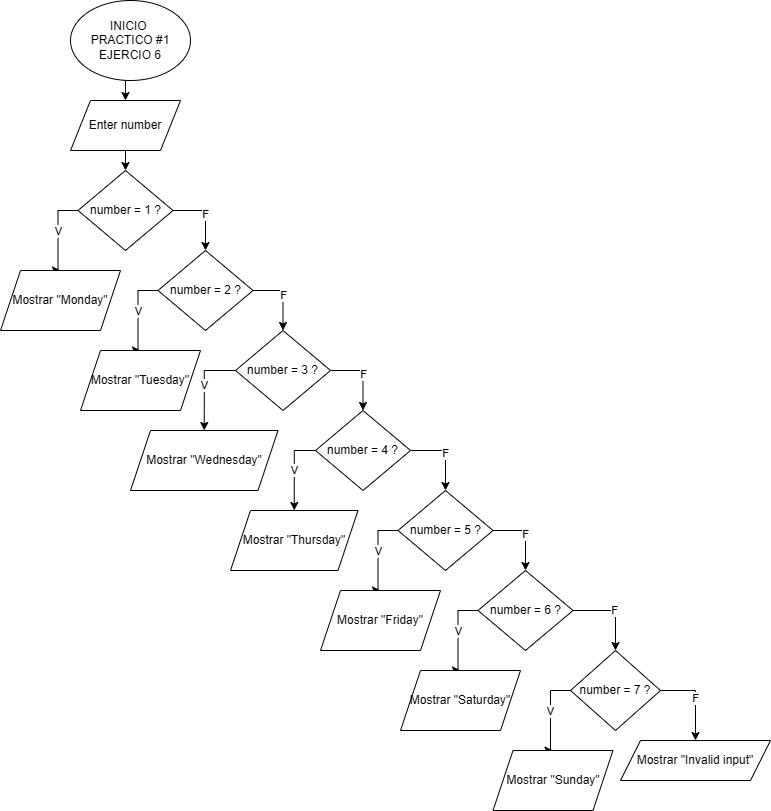
Above: Pract1 Eje6.drawio.png in D4ri4na/DiagramasDeFlujo (draw.io), before the change. Source tidied: cells renumbered, new cells last; positions are measured from the earlier drawing's top-left corner, leaving out a move shared by most shapes. Source of this version:
```xml
<mxGraphModel>
  <root>
    <mxCell id="0" />
    <mxCell id="1" parent="0" />
    <mxCell id="2" style="edgeStyle=orthogonalEdgeStyle;rounded=0;jettySize=auto;html=1;exitX=0.5;exitY=1;exitDx=0;exitDy=0;entryX=0.5;entryY=0;entryDx=0;entryDy=0;" parent="1" edge="1" source="3">
      <mxGeometry relative="1" as="geometry">
        <mxPoint x="125" y="100" as="targetPoint" />
      </mxGeometry>
    </mxCell>
    <mxCell id="3" value="INICIO&amp;nbsp;&lt;div&gt;PRACTICO #1&lt;br&gt;&lt;div&gt;EJERCIO 6&lt;/div&gt;&lt;/div&gt;" style="ellipse;whiteSpace=wrap;html=1;" parent="1" vertex="1">
      <mxGeometry x="70" width="120" height="80" as="geometry" />
    </mxCell>
    <mxCell id="4" style="edgeStyle=orthogonalEdgeStyle;rounded=0;orthogonalLoop=1;jettySize=auto;html=1;exitX=0.5;exitY=1;exitDx=0;exitDy=0;entryX=0.5;entryY=0;entryDx=0;entryDy=0;" parent="1" edge="1">
      <mxGeometry relative="1" as="geometry">
        <mxPoint x="125" y="140" as="sourcePoint" />
        <mxPoint x="125" y="170" as="targetPoint" />
      </mxGeometry>
    </mxCell>
    <mxCell id="5" value="Enter number" style="shape=parallelogram;perimeter=parallelogramPerimeter;whiteSpace=wrap;html=1;fixedSize=1;" parent="1" vertex="1">
      <mxGeometry x="70" y="100" width="110" height="50" as="geometry" />
    </mxCell>
    <mxCell id="6" value="V" style="edgeStyle=orthogonalEdgeStyle;rounded=0;jettySize=auto;html=1;exitX=0;exitY=0.5;exitDx=0;exitDy=0;entryX=0.5;entryY=0;entryDx=0;entryDy=0;" parent="1" edge="1" source="8" target="9">
      <mxGeometry relative="1" as="geometry" />
    </mxCell>
    <mxCell id="7" value="F" style="edgeStyle=orthogonalEdgeStyle;rounded=0;jettySize=auto;html=1;exitX=1;exitY=0.5;exitDx=0;exitDy=0;entryX=0.5;entryY=0;entryDx=0;entryDy=0;" parent="1" edge="1" source="8" target="12">
      <mxGeometry relative="1" as="geometry" />
    </mxCell>
    <mxCell id="8" value="number = 1 ?" style="rhombus;whiteSpace=wrap;html=1;" parent="1" vertex="1">
      <mxGeometry x="77.5" y="170" width="95" height="80" as="geometry" />
    </mxCell>
    <mxCell id="9" value="Mostrar &quot;Monday&quot;" style="shape=parallelogram;perimeter=parallelogramPerimeter;whiteSpace=wrap;html=1;fixedSize=1;" parent="1" vertex="1">
      <mxGeometry y="270" width="120" height="60" as="geometry" />
    </mxCell>
    <mxCell id="10" value="V" style="edgeStyle=orthogonalEdgeStyle;rounded=0;jettySize=auto;html=1;exitX=0;exitY=0.5;exitDx=0;exitDy=0;entryX=0.5;entryY=0;entryDx=0;entryDy=0;" parent="1" edge="1" source="12" target="13">
      <mxGeometry relative="1" as="geometry" />
    </mxCell>
    <mxCell id="11" value="F" style="edgeStyle=orthogonalEdgeStyle;rounded=0;jettySize=auto;html=1;exitX=1;exitY=0.5;exitDx=0;exitDy=0;entryX=0.5;entryY=0;entryDx=0;entryDy=0;" parent="1" edge="1" source="12" target="16">
      <mxGeometry relative="1" as="geometry" />
    </mxCell>
    <mxCell id="12" value="number = 2 ?" style="rhombus;whiteSpace=wrap;html=1;" parent="1" vertex="1">
      <mxGeometry x="157.5" y="250" width="95" height="80" as="geometry" />
    </mxCell>
    <mxCell id="13" value="Mostrar &quot;Tuesday&quot;" style="shape=parallelogram;perimeter=parallelogramPerimeter;whiteSpace=wrap;html=1;fixedSize=1;" parent="1" vertex="1">
      <mxGeometry x="80" y="350" width="120" height="60" as="geometry" />
    </mxCell>
    <mxCell id="14" value="V" style="edgeStyle=orthogonalEdgeStyle;rounded=0;jettySize=auto;html=1;exitX=0;exitY=0.5;exitDx=0;exitDy=0;entryX=0.5;entryY=0;entryDx=0;entryDy=0;" parent="1" edge="1" source="16" target="17">
      <mxGeometry relative="1" as="geometry" />
    </mxCell>
    <mxCell id="15" value="F" style="edgeStyle=orthogonalEdgeStyle;rounded=0;jettySize=auto;html=1;exitX=1;exitY=0.5;exitDx=0;exitDy=0;entryX=0.5;entryY=0;entryDx=0;entryDy=0;" parent="1" edge="1" source="16" target="20">
      <mxGeometry relative="1" as="geometry" />
    </mxCell>
    <mxCell id="16" value="number = 3 ?" style="rhombus;whiteSpace=wrap;html=1;" parent="1" vertex="1">
      <mxGeometry x="235" y="330" width="95" height="80" as="geometry" />
    </mxCell>
    <mxCell id="17" value="Mostrar &quot;Wednesday&quot;" style="shape=parallelogram;perimeter=parallelogramPerimeter;whiteSpace=wrap;html=1;fixedSize=1;" parent="1" vertex="1">
      <mxGeometry x="130" y="430" width="147.5" height="60" as="geometry" />
    </mxCell>
    <mxCell id="18" value="V" style="edgeStyle=orthogonalEdgeStyle;rounded=0;jettySize=auto;html=1;exitX=0;exitY=0.5;exitDx=0;exitDy=0;entryX=0.5;entryY=0;entryDx=0;entryDy=0;" parent="1" edge="1" source="20" target="21">
      <mxGeometry relative="1" as="geometry" />
    </mxCell>
    <mxCell id="19" value="F" style="edgeStyle=orthogonalEdgeStyle;rounded=0;jettySize=auto;html=1;exitX=1;exitY=0.5;exitDx=0;exitDy=0;entryX=0.5;entryY=0;entryDx=0;entryDy=0;" parent="1" edge="1" source="20" target="24">
      <mxGeometry relative="1" as="geometry" />
    </mxCell>
    <mxCell id="20" value="number = 4 ?" style="rhombus;whiteSpace=wrap;html=1;" parent="1" vertex="1">
      <mxGeometry x="315" y="410" width="95" height="80" as="geometry" />
    </mxCell>
    <mxCell id="21" value="Mostrar &quot;Thursday&quot;" style="shape=parallelogram;perimeter=parallelogramPerimeter;whiteSpace=wrap;html=1;fixedSize=1;" parent="1" vertex="1">
      <mxGeometry x="230" y="510" width="127.5" height="60" as="geometry" />
    </mxCell>
    <mxCell id="22" value="V" style="edgeStyle=orthogonalEdgeStyle;rounded=0;jettySize=auto;html=1;exitX=0;exitY=0.5;exitDx=0;exitDy=0;entryX=0.5;entryY=0;entryDx=0;entryDy=0;" parent="1" edge="1" source="24" target="25">
      <mxGeometry relative="1" as="geometry" />
    </mxCell>
    <mxCell id="23" value="F" style="edgeStyle=orthogonalEdgeStyle;rounded=0;jettySize=auto;html=1;exitX=1;exitY=0.5;exitDx=0;exitDy=0;entryX=0.5;entryY=0;entryDx=0;entryDy=0;" parent="1" edge="1" source="24" target="28">
      <mxGeometry relative="1" as="geometry" />
    </mxCell>
    <mxCell id="24" value="number = 5 ?" style="rhombus;whiteSpace=wrap;html=1;" parent="1" vertex="1">
      <mxGeometry x="397.5" y="490" width="95" height="80" as="geometry" />
    </mxCell>
    <mxCell id="25" value="Mostrar &quot;Friday&quot;" style="shape=parallelogram;perimeter=parallelogramPerimeter;whiteSpace=wrap;html=1;fixedSize=1;" parent="1" vertex="1">
      <mxGeometry x="320" y="590" width="120" height="60" as="geometry" />
    </mxCell>
    <mxCell id="26" value="V" style="edgeStyle=orthogonalEdgeStyle;rounded=0;jettySize=auto;html=1;exitX=0;exitY=0.5;exitDx=0;exitDy=0;entryX=0.5;entryY=0;entryDx=0;entryDy=0;" parent="1" edge="1" source="28" target="29">
      <mxGeometry relative="1" as="geometry" />
    </mxCell>
    <mxCell id="27" value="F" style="edgeStyle=orthogonalEdgeStyle;rounded=0;jettySize=auto;html=1;exitX=1;exitY=0.5;exitDx=0;exitDy=0;" parent="1" edge="1" source="28" target="32">
      <mxGeometry relative="1" as="geometry" />
    </mxCell>
    <mxCell id="28" value="number = 6 ?" style="rhombus;whiteSpace=wrap;html=1;" parent="1" vertex="1">
      <mxGeometry x="477.5" y="570" width="95" height="80" as="geometry" />
    </mxCell>
    <mxCell id="29" value="Mostrar &quot;Saturday&quot;" style="shape=parallelogram;perimeter=parallelogramPerimeter;whiteSpace=wrap;html=1;fixedSize=1;" parent="1" vertex="1">
      <mxGeometry x="400" y="670" width="120" height="60" as="geometry" />
    </mxCell>
    <mxCell id="30" value="V" style="edgeStyle=orthogonalEdgeStyle;rounded=0;jettySize=auto;html=1;exitX=0;exitY=0.5;exitDx=0;exitDy=0;entryX=0.5;entryY=0;entryDx=0;entryDy=0;" parent="1" edge="1" source="32" target="33">
      <mxGeometry relative="1" as="geometry" />
    </mxCell>
    <mxCell id="31" value="F" style="edgeStyle=orthogonalEdgeStyle;rounded=0;jettySize=auto;html=1;exitX=1;exitY=0.5;exitDx=0;exitDy=0;entryX=0.5;entryY=0;entryDx=0;entryDy=0;" parent="1" edge="1" source="32" target="34">
      <mxGeometry relative="1" as="geometry" />
    </mxCell>
    <mxCell id="32" value="number = 7 ?" style="rhombus;whiteSpace=wrap;html=1;" parent="1" vertex="1">
      <mxGeometry x="570" y="650" width="90" height="80" as="geometry" />
    </mxCell>
    <mxCell id="33" value="Mostrar &quot;Sunday&quot;" style="shape=parallelogram;perimeter=parallelogramPerimeter;whiteSpace=wrap;html=1;fixedSize=1;" parent="1" vertex="1">
      <mxGeometry x="492.5" y="750" width="120" height="60" as="geometry" />
    </mxCell>
    <mxCell id="34" value="Mostrar &quot;Invalid input&quot;" style="shape=parallelogram;perimeter=parallelogramPerimeter;whiteSpace=wrap;html=1;fixedSize=1;" parent="1" vertex="1">
      <mxGeometry x="620" y="740" width="150" height="40" as="geometry" />
    </mxCell>
  </root>
</mxGraphModel>
```
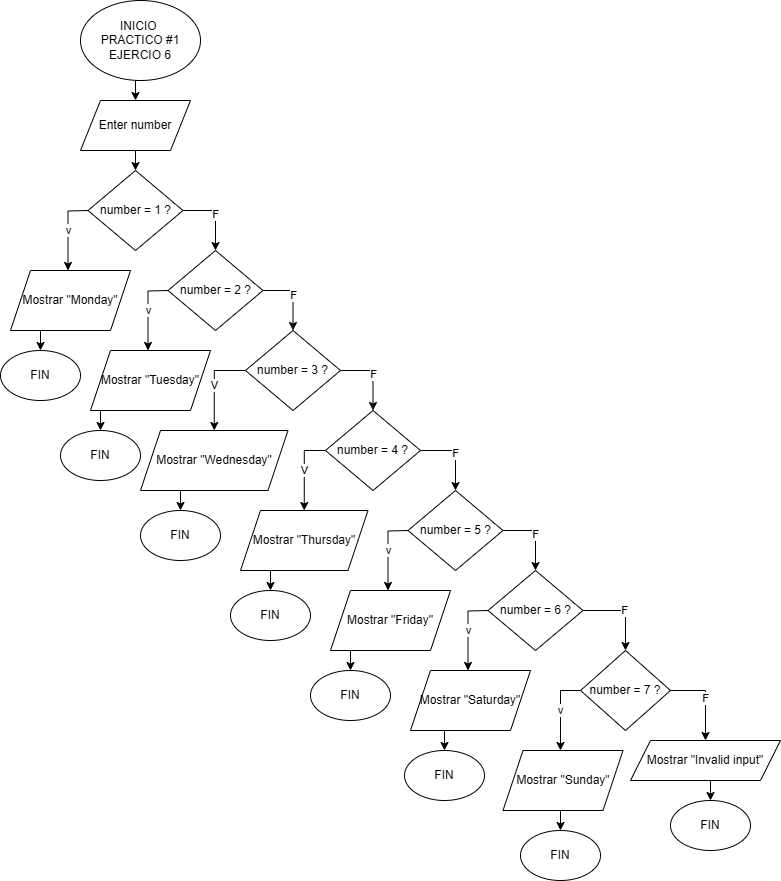
After the commit.

The edit, as a diff of the source:
```diff
@@ -19,21 +19,18 @@
     <mxCell id="5" value="Enter number" style="shape=parallelogram;perimeter=parallelogramPerimeter;whiteSpace=wrap;html=1;fixedSize=1;" parent="1" vertex="1">
       <mxGeometry x="70" y="100" width="110" height="50" as="geometry" />
     </mxCell>
-    <mxCell id="6" value="V" style="edgeStyle=orthogonalEdgeStyle;rounded=0;jettySize=auto;html=1;exitX=0;exitY=0.5;exitDx=0;exitDy=0;entryX=0.5;entryY=0;entryDx=0;entryDy=0;" parent="1" edge="1" source="8" target="9">
-      <mxGeometry relative="1" as="geometry" />
-    </mxCell>
     <mxCell id="7" value="F" style="edgeStyle=orthogonalEdgeStyle;rounded=0;jettySize=auto;html=1;exitX=1;exitY=0.5;exitDx=0;exitDy=0;entryX=0.5;entryY=0;entryDx=0;entryDy=0;" parent="1" edge="1" source="8" target="12">
       <mxGeometry relative="1" as="geometry" />
     </mxCell>
     <mxCell id="8" value="number = 1 ?" style="rhombus;whiteSpace=wrap;html=1;" parent="1" vertex="1">
       <mxGeometry x="77.5" y="170" width="95" height="80" as="geometry" />
     </mxCell>
+    <mxCell id="35" style="edgeStyle=orthogonalEdgeStyle;rounded=0;jettySize=auto;html=1;exitX=0.25;exitY=1;exitDx=0;exitDy=0;entryX=0.5;entryY=0;entryDx=0;entryDy=0;" parent="1" edge="1" source="9" target="36">
+      <mxGeometry relative="1" as="geometry" />
+    </mxCell>
     <mxCell id="9" value="Mostrar &quot;Monday&quot;" style="shape=parallelogram;perimeter=parallelogramPerimeter;whiteSpace=wrap;html=1;fixedSize=1;" parent="1" vertex="1">
       <mxGeometry y="270" width="120" height="60" as="geometry" />
     </mxCell>
-    <mxCell id="10" value="V" style="edgeStyle=orthogonalEdgeStyle;rounded=0;jettySize=auto;html=1;exitX=0;exitY=0.5;exitDx=0;exitDy=0;entryX=0.5;entryY=0;entryDx=0;entryDy=0;" parent="1" edge="1" source="12" target="13">
-      <mxGeometry relative="1" as="geometry" />
-    </mxCell>
     <mxCell id="11" value="F" style="edgeStyle=orthogonalEdgeStyle;rounded=0;jettySize=auto;html=1;exitX=1;exitY=0.5;exitDx=0;exitDy=0;entryX=0.5;entryY=0;entryDx=0;entryDy=0;" parent="1" edge="1" source="12" target="16">
       <mxGeometry relative="1" as="geometry" />
     </mxCell>
@@ -67,9 +64,6 @@
     <mxCell id="21" value="Mostrar &quot;Thursday&quot;" style="shape=parallelogram;perimeter=parallelogramPerimeter;whiteSpace=wrap;html=1;fixedSize=1;" parent="1" vertex="1">
       <mxGeometry x="230" y="510" width="127.5" height="60" as="geometry" />
     </mxCell>
-    <mxCell id="22" value="V" style="edgeStyle=orthogonalEdgeStyle;rounded=0;jettySize=auto;html=1;exitX=0;exitY=0.5;exitDx=0;exitDy=0;entryX=0.5;entryY=0;entryDx=0;entryDy=0;" parent="1" edge="1" source="24" target="25">
-      <mxGeometry relative="1" as="geometry" />
-    </mxCell>
     <mxCell id="23" value="F" style="edgeStyle=orthogonalEdgeStyle;rounded=0;jettySize=auto;html=1;exitX=1;exitY=0.5;exitDx=0;exitDy=0;entryX=0.5;entryY=0;entryDx=0;entryDy=0;" parent="1" edge="1" source="24" target="28">
       <mxGeometry relative="1" as="geometry" />
     </mxCell>
@@ -79,9 +73,6 @@
     <mxCell id="25" value="Mostrar &quot;Friday&quot;" style="shape=parallelogram;perimeter=parallelogramPerimeter;whiteSpace=wrap;html=1;fixedSize=1;" parent="1" vertex="1">
       <mxGeometry x="320" y="590" width="120" height="60" as="geometry" />
     </mxCell>
-    <mxCell id="26" value="V" style="edgeStyle=orthogonalEdgeStyle;rounded=0;jettySize=auto;html=1;exitX=0;exitY=0.5;exitDx=0;exitDy=0;entryX=0.5;entryY=0;entryDx=0;entryDy=0;" parent="1" edge="1" source="28" target="29">
-      <mxGeometry relative="1" as="geometry" />
-    </mxCell>
     <mxCell id="27" value="F" style="edgeStyle=orthogonalEdgeStyle;rounded=0;jettySize=auto;html=1;exitX=1;exitY=0.5;exitDx=0;exitDy=0;" parent="1" edge="1" source="28" target="32">
       <mxGeometry relative="1" as="geometry" />
     </mxCell>
@@ -91,12 +82,12 @@
     <mxCell id="29" value="Mostrar &quot;Saturday&quot;" style="shape=parallelogram;perimeter=parallelogramPerimeter;whiteSpace=wrap;html=1;fixedSize=1;" parent="1" vertex="1">
       <mxGeometry x="400" y="670" width="120" height="60" as="geometry" />
     </mxCell>
+    <mxCell id="31" value="F" style="edgeStyle=orthogonalEdgeStyle;rounded=0;jettySize=auto;html=1;exitX=1;exitY=0.5;exitDx=0;exitDy=0;entryX=0.5;entryY=0;entryDx=0;entryDy=0;" parent="1" edge="1" source="32" target="34">
+      <mxGeometry relative="1" as="geometry" />
+    </mxCell>
-    <mxCell id="30" value="V" style="edgeStyle=orthogonalEdgeStyle;rounded=0;jettySize=auto;html=1;exitX=0;exitY=0.5;exitDx=0;exitDy=0;entryX=0.5;entryY=0;entryDx=0;entryDy=0;" parent="1" edge="1" source="32" target="33">
+    <mxCell id="30" value="v" style="edgeStyle=orthogonalEdgeStyle;rounded=0;jettySize=auto;html=1;exitX=0;exitY=0.5;exitDx=0;exitDy=0;entryX=0.479;entryY=0;entryDx=0;entryDy=0;entryPerimeter=0;" parent="1" edge="1" source="32" target="33">
       <mxGeometry relative="1" as="geometry" />
     </mxCell>
-    <mxCell id="31" value="F" style="edgeStyle=orthogonalEdgeStyle;rounded=0;jettySize=auto;html=1;exitX=1;exitY=0.5;exitDx=0;exitDy=0;entryX=0.5;entryY=0;entryDx=0;entryDy=0;" parent="1" edge="1" source="32" target="34">
-      <mxGeometry relative="1" as="geometry" />
-    </mxCell>
     <mxCell id="32" value="number = 7 ?" style="rhombus;whiteSpace=wrap;html=1;" parent="1" vertex="1">
       <mxGeometry x="570" y="650" width="90" height="80" as="geometry" />
     </mxCell>
@@ -106,5 +97,88 @@
     <mxCell id="34" value="Mostrar &quot;Invalid input&quot;" style="shape=parallelogram;perimeter=parallelogramPerimeter;whiteSpace=wrap;html=1;fixedSize=1;" parent="1" vertex="1">
       <mxGeometry x="620" y="740" width="150" height="40" as="geometry" />
     </mxCell>
+    <mxCell id="36" value="FIN" style="ellipse;whiteSpace=wrap;html=1;" parent="1" vertex="1">
+      <mxGeometry x="-10" y="350" width="80" height="50" as="geometry" />
+    </mxCell>
+    <mxCell id="37" style="edgeStyle=orthogonalEdgeStyle;rounded=0;jettySize=auto;html=1;exitX=0.25;exitY=1;exitDx=0;exitDy=0;entryX=0.5;entryY=0;entryDx=0;entryDy=0;" parent="1" edge="1" target="38">
+      <mxGeometry relative="1" as="geometry">
+        <mxPoint x="90" y="410" as="sourcePoint" />
+      </mxGeometry>
+    </mxCell>
+    <mxCell id="38" value="FIN" style="ellipse;whiteSpace=wrap;html=1;" parent="1" vertex="1">
+      <mxGeometry x="50" y="430" width="80" height="50" as="geometry" />
+    </mxCell>
+    <mxCell id="39" style="edgeStyle=orthogonalEdgeStyle;rounded=0;jettySize=auto;html=1;exitX=0.25;exitY=1;exitDx=0;exitDy=0;entryX=0.5;entryY=0;entryDx=0;entryDy=0;" parent="1" edge="1" target="40">
+      <mxGeometry relative="1" as="geometry">
+        <mxPoint x="170" y="490" as="sourcePoint" />
+      </mxGeometry>
+    </mxCell>
+    <mxCell id="40" value="FIN" style="ellipse;whiteSpace=wrap;html=1;" parent="1" vertex="1">
+      <mxGeometry x="130" y="510" width="80" height="50" as="geometry" />
+    </mxCell>
+    <mxCell id="41" style="edgeStyle=orthogonalEdgeStyle;rounded=0;jettySize=auto;html=1;exitX=0.25;exitY=1;exitDx=0;exitDy=0;entryX=0.5;entryY=0;entryDx=0;entryDy=0;" parent="1" edge="1" target="42">
+      <mxGeometry relative="1" as="geometry">
+        <mxPoint x="260" y="570" as="sourcePoint" />
+      </mxGeometry>
+    </mxCell>
+    <mxCell id="42" value="FIN" style="ellipse;whiteSpace=wrap;html=1;" parent="1" vertex="1">
+      <mxGeometry x="220" y="590" width="80" height="50" as="geometry" />
+    </mxCell>
+    <mxCell id="43" style="edgeStyle=orthogonalEdgeStyle;rounded=0;jettySize=auto;html=1;exitX=0.25;exitY=1;exitDx=0;exitDy=0;entryX=0.5;entryY=0;entryDx=0;entryDy=0;" parent="1" edge="1" target="44">
+      <mxGeometry relative="1" as="geometry">
+        <mxPoint x="340" y="650" as="sourcePoint" />
+      </mxGeometry>
+    </mxCell>
+    <mxCell id="44" value="FIN" style="ellipse;whiteSpace=wrap;html=1;" parent="1" vertex="1">
+      <mxGeometry x="300" y="670" width="80" height="50" as="geometry" />
+    </mxCell>
+    <mxCell id="45" style="edgeStyle=orthogonalEdgeStyle;rounded=0;jettySize=auto;html=1;exitX=0.25;exitY=1;exitDx=0;exitDy=0;entryX=0.5;entryY=0;entryDx=0;entryDy=0;" parent="1" edge="1" target="46">
+      <mxGeometry relative="1" as="geometry">
+        <mxPoint x="434" y="730" as="sourcePoint" />
+      </mxGeometry>
+    </mxCell>
+    <mxCell id="46" value="FIN" style="ellipse;whiteSpace=wrap;html=1;" parent="1" vertex="1">
+      <mxGeometry x="394" y="750" width="80" height="50" as="geometry" />
+    </mxCell>
+    <mxCell id="47" style="edgeStyle=orthogonalEdgeStyle;rounded=0;jettySize=auto;html=1;exitX=0.25;exitY=1;exitDx=0;exitDy=0;entryX=0.5;entryY=0;entryDx=0;entryDy=0;" parent="1" edge="1" target="48">
+      <mxGeometry relative="1" as="geometry">
+        <mxPoint x="550" y="810" as="sourcePoint" />
+      </mxGeometry>
+    </mxCell>
+    <mxCell id="48" value="FIN" style="ellipse;whiteSpace=wrap;html=1;" parent="1" vertex="1">
+      <mxGeometry x="510" y="830" width="80" height="50" as="geometry" />
+    </mxCell>
+    <mxCell id="49" style="edgeStyle=orthogonalEdgeStyle;rounded=0;jettySize=auto;html=1;exitX=0.25;exitY=1;exitDx=0;exitDy=0;entryX=0.5;entryY=0;entryDx=0;entryDy=0;" parent="1" edge="1" target="50">
+      <mxGeometry relative="1" as="geometry">
+        <mxPoint x="700" y="780" as="sourcePoint" />
+      </mxGeometry>
+    </mxCell>
+    <mxCell id="50" value="FIN" style="ellipse;whiteSpace=wrap;html=1;" parent="1" vertex="1">
+      <mxGeometry x="660" y="800" width="80" height="50" as="geometry" />
+    </mxCell>
+    <mxCell id="51" value="v" style="edgeStyle=orthogonalEdgeStyle;rounded=0;orthogonalLoop=1;jettySize=auto;html=1;exitX=0;exitY=0.5;exitDx=0;exitDy=0;entryX=0.479;entryY=0;entryDx=0;entryDy=0;entryPerimeter=0;" parent="1" edge="1">
+      <mxGeometry relative="1" as="geometry">
+        <mxPoint x="477.5" y="610" as="sourcePoint" />
+        <mxPoint x="457.5" y="670" as="targetPoint" />
+      </mxGeometry>
+    </mxCell>
+    <mxCell id="52" value="v" style="edgeStyle=orthogonalEdgeStyle;rounded=0;orthogonalLoop=1;jettySize=auto;html=1;exitX=0;exitY=0.5;exitDx=0;exitDy=0;entryX=0.479;entryY=0;entryDx=0;entryDy=0;entryPerimeter=0;" parent="1" edge="1">
+      <mxGeometry relative="1" as="geometry">
+        <mxPoint x="397.5" y="530" as="sourcePoint" />
+        <mxPoint x="377.5" y="590" as="targetPoint" />
+      </mxGeometry>
+    </mxCell>
+    <mxCell id="53" value="v" style="edgeStyle=orthogonalEdgeStyle;rounded=0;orthogonalLoop=1;jettySize=auto;html=1;exitX=0;exitY=0.5;exitDx=0;exitDy=0;entryX=0.479;entryY=0;entryDx=0;entryDy=0;entryPerimeter=0;" parent="1" edge="1">
+      <mxGeometry relative="1" as="geometry">
+        <mxPoint x="157.5" y="290" as="sourcePoint" />
+        <mxPoint x="137.5" y="350" as="targetPoint" />
+      </mxGeometry>
+    </mxCell>
+    <mxCell id="54" value="v" style="edgeStyle=orthogonalEdgeStyle;rounded=0;orthogonalLoop=1;jettySize=auto;html=1;exitX=0;exitY=0.5;exitDx=0;exitDy=0;entryX=0.479;entryY=0;entryDx=0;entryDy=0;entryPerimeter=0;" parent="1" edge="1">
+      <mxGeometry relative="1" as="geometry">
+        <mxPoint x="77.5" y="210" as="sourcePoint" />
+        <mxPoint x="57.5" y="270" as="targetPoint" />
+      </mxGeometry>
+    </mxCell>
   </root>
 </mxGraphModel>
```
